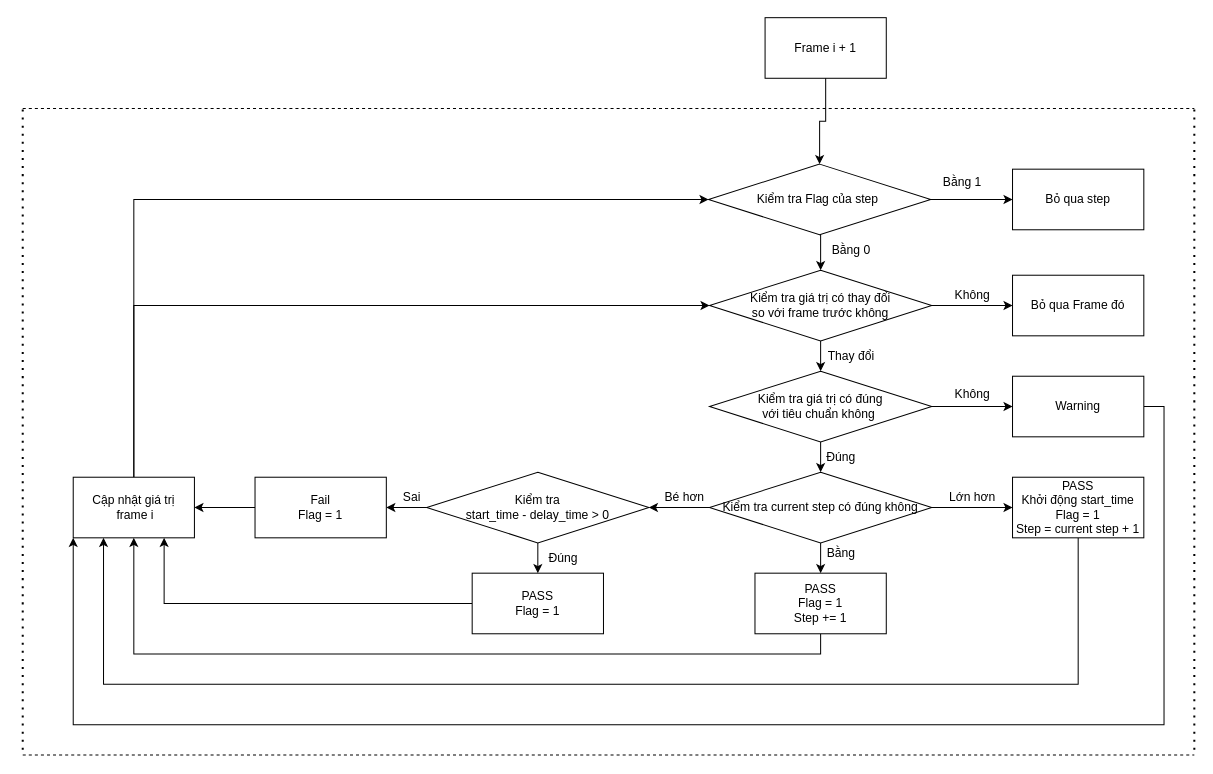
Above: Untitled Diagram.drawio in trieu-0512/test (draw.io), before the change. Source tidied: cells renumbered, new cells numbered last; positions are measured from the earlier drawing's top-left corner, leaving out a move shared by most shapes. Both pictures are drawn from the tidied source at 101%, with x=0, y=0 at pixel (22, 17).
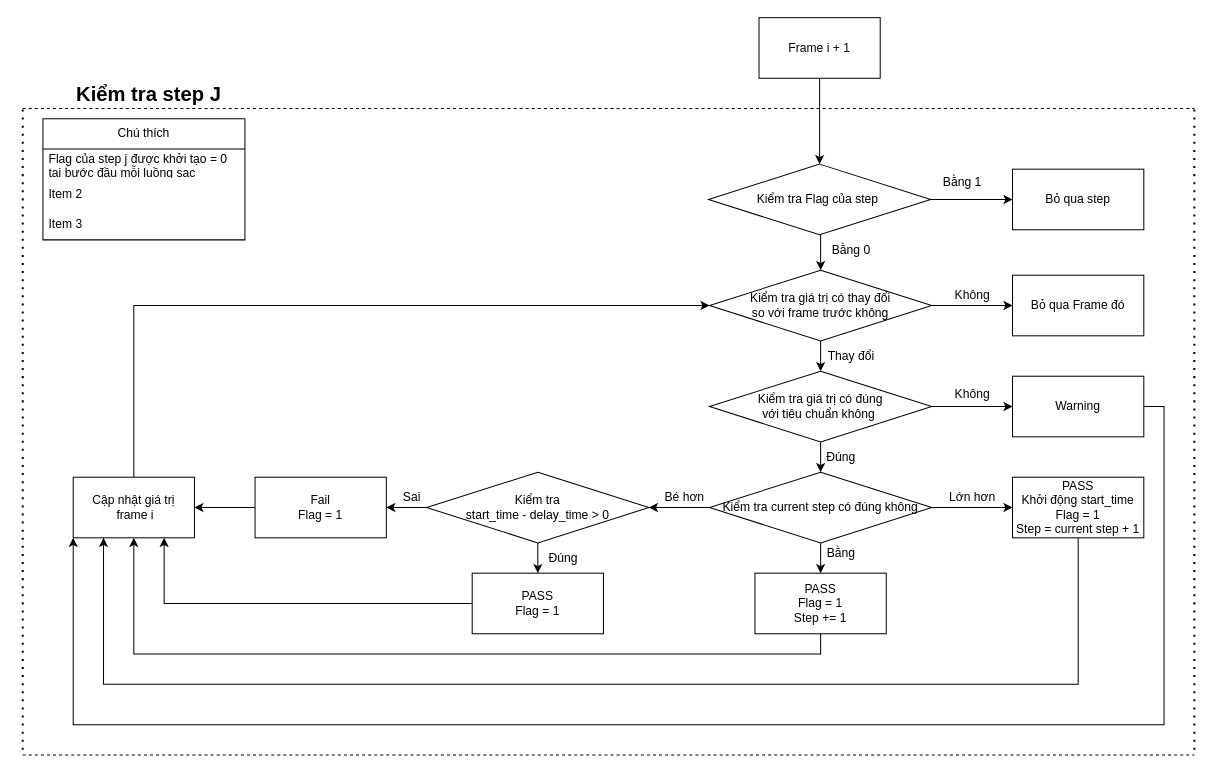
Above is the later version.

The change refers to these unchanged cells:
```xml
<mxCell id="38" value="Kiểm tra Flag của step&amp;nbsp;" style="rhombus;whiteSpace=wrap;html=1;" parent="1" vertex="1">
  <mxGeometry x="679" y="145" width="220" height="70" as="geometry" />
</mxCell>
<mxCell id="42" value="Cập nhật giá trị&lt;br&gt;&amp;nbsp;frame i" style="rounded=0;whiteSpace=wrap;html=1;" parent="1" vertex="1">
  <mxGeometry x="50" y="455" width="120" height="60" as="geometry" />
</mxCell>
```

Diff of the diagram source:
```diff
@@
     <mxCell id="2" value="Frame i + 1" style="rounded=0;whiteSpace=wrap;html=1;" parent="1" vertex="1">
-      <mxGeometry x="735" width="120" height="60" as="geometry" />
+      <mxGeometry x="729" width="120" height="60" as="geometry" />
     </mxCell>
@@
-    <mxCell id="41" style="edgeStyle=orthogonalEdgeStyle;rounded=0;jettySize=auto;html=1;exitX=0.5;exitY=0;exitDx=0;exitDy=0;entryX=0;entryY=0.5;entryDx=0;entryDy=0;" parent="1" edge="1" source="42" target="38">
-      <mxGeometry relative="1" as="geometry" />
-    </mxCell>
@@
+    <mxCell id="50" value="&lt;b&gt;&lt;font style=&quot;font-size: 20px;&quot;&gt;Kiểm tra step J&lt;/font&gt;&lt;/b&gt;" style="text;html=1;align=center;verticalAlign=middle;whiteSpace=wrap;rounded=0;" parent="1" vertex="1">
+      <mxGeometry x="-5" y="60" width="260" height="30" as="geometry" />
+    </mxCell>
+    <mxCell id="51" value="Chú thích" style="swimlane;fontStyle=0;horizontal=1;startSize=30;whiteSpace=wrap;html=1;" parent="1" vertex="1">
+      <mxGeometry x="20" y="100" width="200" height="120" as="geometry" />
+    </mxCell>
+    <mxCell id="52" value="Flag của step j được khởi tạo = 0 tại bước đầu mỗi luồng sạc" style="text;strokeColor=none;fillColor=none;align=left;verticalAlign=middle;spacingLeft=4;spacingRight=4;overflow=hidden;whiteSpace=wrap;html=1;" parent="51" vertex="1">
+      <mxGeometry y="30" width="200" height="30" as="geometry" />
+    </mxCell>
+    <mxCell id="53" value="Item 2" style="text;strokeColor=none;fillColor=none;align=left;verticalAlign=middle;spacingLeft=4;spacingRight=4;overflow=hidden;whiteSpace=wrap;html=1;" parent="51" vertex="1">
+      <mxGeometry y="60" width="200" height="30" as="geometry" />
+    </mxCell>
+    <mxCell id="54" value="Item 3" style="text;strokeColor=none;fillColor=none;align=left;verticalAlign=middle;spacingLeft=4;spacingRight=4;overflow=hidden;whiteSpace=wrap;html=1;" parent="51" vertex="1">
+      <mxGeometry y="90" width="200" height="30" as="geometry" />
+    </mxCell>
```
